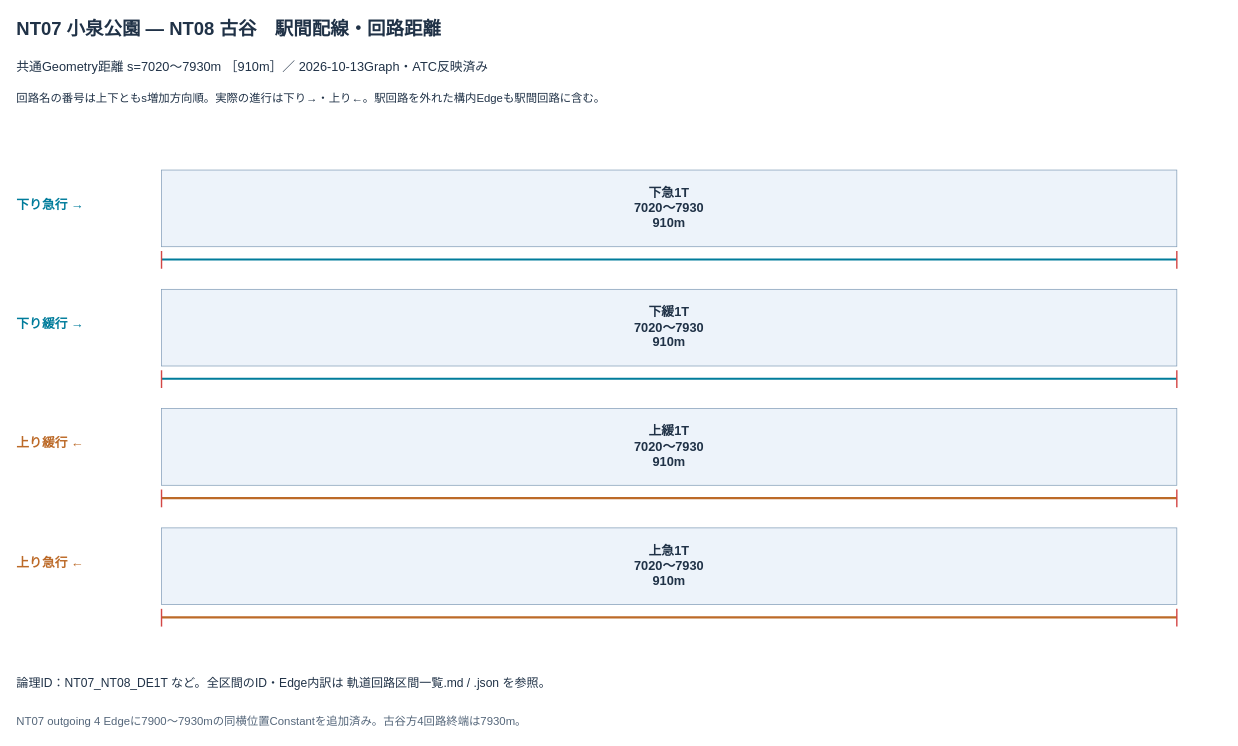
The draw.io diagram Documentation/Track/NtLine/Wiring/Sections/NT07-NT08配線図.drawio in neko3141592/Nakatetsu, before the edit. Source tidied: cells renumbered, new cells numbered last; positions are measured from the earlier drawing's top-left corner, leaving out a move shared by most shapes. Both pictures are drawn from the tidied source at 71%, with x=0, y=0 at pixel (12, 12).
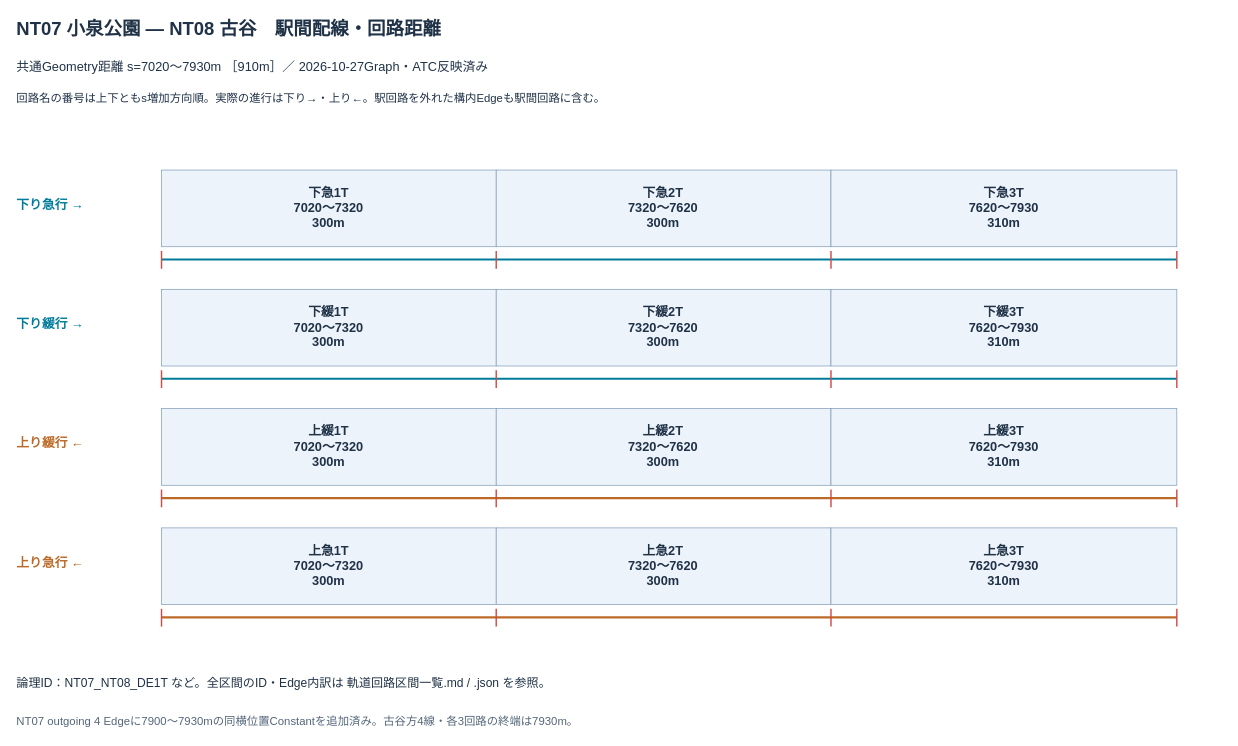
The same diagram, later.

What changed in the source:
```diff
@@
-    <mxCell id="3" value="共通Geometry距離 s=7020〜7930m ［910m］／ 2026-10-13Graph・ATC反映済み" style="rounded=0;html=0;whiteSpace=wrap;overflow=hidden;align=left;verticalAlign=middle;fontFamily=Hiragino Sans;fontColor=#203247;fontSize=18;fontStyle=0;fillColor=none;strokeColor=none;spacing=6;" parent="1" vertex="1">
+    <mxCell id="3" value="共通Geometry距離 s=7020〜7930m ［910m］／ 2026-10-27Graph・ATC反映済み" style="rounded=0;html=0;whiteSpace=wrap;overflow=hidden;align=left;verticalAlign=middle;fontFamily=Hiragino Sans;fontColor=#203247;fontSize=18;fontStyle=0;fillColor=none;strokeColor=none;spacing=6;" parent="1" vertex="1">
       <mxGeometry y="59" width="1710" height="35" as="geometry" />
     </mxCell>
@@
-    <mxCell id="7" value="下急1T&#10;7020〜7930&#10;910m" style="rounded=0;html=0;whiteSpace=wrap;overflow=hidden;align=center;verticalAlign=middle;fontFamily=Hiragino Sans;fontColor=#203247;fontSize=18;fontStyle=1;fillColor=#edf3fa;strokeColor=#7f9bb6;spacing=6;" parent="1" vertex="1">
-      <mxGeometry x="210" y="222" width="1430" height="108" as="geometry" />
-    </mxCell>
@@
-    <mxCell id="12" value="下緩1T&#10;7020〜7930&#10;910m" style="rounded=0;html=0;whiteSpace=wrap;overflow=hidden;align=center;verticalAlign=middle;fontFamily=Hiragino Sans;fontColor=#203247;fontSize=18;fontStyle=1;fillColor=#edf3fa;strokeColor=#7f9bb6;spacing=6;" parent="1" vertex="1">
-      <mxGeometry x="210" y="390" width="1430" height="108" as="geometry" />
-    </mxCell>
@@
-    <mxCell id="17" value="上緩1T&#10;7020〜7930&#10;910m" style="rounded=0;html=0;whiteSpace=wrap;overflow=hidden;align=center;verticalAlign=middle;fontFamily=Hiragino Sans;fontColor=#203247;fontSize=18;fontStyle=1;fillColor=#edf3fa;strokeColor=#7f9bb6;spacing=6;" parent="1" vertex="1">
-      <mxGeometry x="210" y="558" width="1430" height="108" as="geometry" />
-    </mxCell>
@@
-    <mxCell id="22" value="上急1T&#10;7020〜7930&#10;910m" style="rounded=0;html=0;whiteSpace=wrap;overflow=hidden;align=center;verticalAlign=middle;fontFamily=Hiragino Sans;fontColor=#203247;fontSize=18;fontStyle=1;fillColor=#edf3fa;strokeColor=#7f9bb6;spacing=6;" parent="1" vertex="1">
-      <mxGeometry x="210" y="726" width="1430" height="108" as="geometry" />
-    </mxCell>
@@
-    <mxCell id="26" value="NT07 outgoing 4 Edgeに7900〜7930mの同横位置Constantを追加済み。古谷方4回路終端は7930m。" style="rounded=0;html=0;whiteSpace=wrap;overflow=hidden;align=left;verticalAlign=middle;fontFamily=Hiragino Sans;fontColor=#54667a;fontSize=16;fontStyle=0;fillColor=none;strokeColor=none;spacing=6;" parent="1" vertex="1">
+    <mxCell id="26" value="NT07 outgoing 4 Edgeに7900〜7930mの同横位置Constantを追加済み。古谷方4線・各3回路の終端は7930m。" style="rounded=0;html=0;whiteSpace=wrap;overflow=hidden;align=left;verticalAlign=middle;fontFamily=Hiragino Sans;fontColor=#54667a;fontSize=16;fontStyle=0;fillColor=none;strokeColor=none;spacing=6;" parent="1" vertex="1">
       <mxGeometry y="980" width="1710" height="36" as="geometry" />
     </mxCell>
+    <mxCell id="27" value="下急1T&#10;7020〜7320&#10;300m" style="rounded=0;html=0;whiteSpace=wrap;overflow=hidden;align=center;verticalAlign=middle;fontFamily=Hiragino Sans;fontColor=#203247;fontSize=18;fontStyle=1;fillColor=#edf3fa;strokeColor=#7f9bb6;spacing=6;" parent="1" vertex="1">
+      <mxGeometry x="210" y="222" width="471.4" height="108" as="geometry" />
+    </mxCell>
+    <mxCell id="28" value="下急2T&#10;7320〜7620&#10;300m" style="rounded=0;html=0;whiteSpace=wrap;overflow=hidden;align=center;verticalAlign=middle;fontFamily=Hiragino Sans;fontColor=#203247;fontSize=18;fontStyle=1;fillColor=#edf3fa;strokeColor=#7f9bb6;spacing=6;" parent="1" vertex="1">
+      <mxGeometry x="681.4" y="222" width="471.4" height="108" as="geometry" />
+    </mxCell>
+    <mxCell id="29" style="edgeStyle=none;strokeColor=#d34745;strokeWidth=2;startArrow=none;endArrow=none;" parent="1" edge="1">
+      <mxGeometry relative="1" as="geometry">
+        <mxPoint x="681.4" y="336" as="sourcePoint" />
+        <mxPoint x="681.4" y="361" as="targetPoint" />
+      </mxGeometry>
+    </mxCell>
+    <mxCell id="30" value="下急3T&#10;7620〜7930&#10;310m" style="rounded=0;html=0;whiteSpace=wrap;overflow=hidden;align=center;verticalAlign=middle;fontFamily=Hiragino Sans;fontColor=#203247;fontSize=18;fontStyle=1;fillColor=#edf3fa;strokeColor=#7f9bb6;spacing=6;" parent="1" vertex="1">
+      <mxGeometry x="1152.9" y="222" width="487.1" height="108" as="geometry" />
+    </mxCell>
+    <mxCell id="31" style="edgeStyle=none;strokeColor=#d34745;strokeWidth=2;startArrow=none;endArrow=none;" parent="1" edge="1">
+      <mxGeometry relative="1" as="geometry">
+        <mxPoint x="1152.9" y="336" as="sourcePoint" />
+        <mxPoint x="1152.9" y="361" as="targetPoint" />
+      </mxGeometry>
+    </mxCell>
+    <mxCell id="32" value="下緩1T&#10;7020〜7320&#10;300m" style="rounded=0;html=0;whiteSpace=wrap;overflow=hidden;align=center;verticalAlign=middle;fontFamily=Hiragino Sans;fontColor=#203247;fontSize=18;fontStyle=1;fillColor=#edf3fa;strokeColor=#7f9bb6;spacing=6;" parent="1" vertex="1">
+      <mxGeometry x="210" y="390" width="471.4" height="108" as="geometry" />
+    </mxCell>
+    <mxCell id="33" value="下緩2T&#10;7320〜7620&#10;300m" style="rounded=0;html=0;whiteSpace=wrap;overflow=hidden;align=center;verticalAlign=middle;fontFamily=Hiragino Sans;fontColor=#203247;fontSize=18;fontStyle=1;fillColor=#edf3fa;strokeColor=#7f9bb6;spacing=6;" parent="1" vertex="1">
+      <mxGeometry x="681.4" y="390" width="471.4" height="108" as="geometry" />
+    </mxCell>
+    <mxCell id="34" style="edgeStyle=none;strokeColor=#d34745;strokeWidth=2;startArrow=none;endArrow=none;" parent="1" edge="1">
+      <mxGeometry relative="1" as="geometry">
+        <mxPoint x="681.4" y="504" as="sourcePoint" />
+        <mxPoint x="681.4" y="529" as="targetPoint" />
+      </mxGeometry>
+    </mxCell>
+    <mxCell id="35" value="下緩3T&#10;7620〜7930&#10;310m" style="rounded=0;html=0;whiteSpace=wrap;overflow=hidden;align=center;verticalAlign=middle;fontFamily=Hiragino Sans;fontColor=#203247;fontSize=18;fontStyle=1;fillColor=#edf3fa;strokeColor=#7f9bb6;spacing=6;" parent="1" vertex="1">
+      <mxGeometry x="1152.9" y="390" width="487.1" height="108" as="geometry" />
+    </mxCell>
+    <mxCell id="36" style="edgeStyle=none;strokeColor=#d34745;strokeWidth=2;startArrow=none;endArrow=none;" parent="1" edge="1">
+      <mxGeometry relative="1" as="geometry">
+        <mxPoint x="1152.9" y="504" as="sourcePoint" />
+        <mxPoint x="1152.9" y="529" as="targetPoint" />
+      </mxGeometry>
+    </mxCell>
+    <mxCell id="37" value="上緩1T&#10;7020〜7320&#10;300m" style="rounded=0;html=0;whiteSpace=wrap;overflow=hidden;align=center;verticalAlign=middle;fontFamily=Hiragino Sans;fontColor=#203247;fontSize=18;fontStyle=1;fillColor=#edf3fa;strokeColor=#7f9bb6;spacing=6;" parent="1" vertex="1">
+      <mxGeometry x="210" y="558" width="471.4" height="108" as="geometry" />
+    </mxCell>
+    <mxCell id="38" value="上緩2T&#10;7320〜7620&#10;300m" style="rounded=0;html=0;whiteSpace=wrap;overflow=hidden;align=center;verticalAlign=middle;fontFamily=Hiragino Sans;fontColor=#203247;fontSize=18;fontStyle=1;fillColor=#edf3fa;strokeColor=#7f9bb6;spacing=6;" parent="1" vertex="1">
+      <mxGeometry x="681.4" y="558" width="471.4" height="108" as="geometry" />
+    </mxCell>
+    <mxCell id="39" style="edgeStyle=none;strokeColor=#d34745;strokeWidth=2;startArrow=none;endArrow=none;" parent="1" edge="1">
+      <mxGeometry relative="1" as="geometry">
+        <mxPoint x="681.4" y="672" as="sourcePoint" />
+        <mxPoint x="681.4" y="697" as="targetPoint" />
+      </mxGeometry>
+    </mxCell>
+    <mxCell id="40" value="上緩3T&#10;7620〜7930&#10;310m" style="rounded=0;html=0;whiteSpace=wrap;overflow=hidden;align=center;verticalAlign=middle;fontFamily=Hiragino Sans;fontColor=#203247;fontSize=18;fontStyle=1;fillColor=#edf3fa;strokeColor=#7f9bb6;spacing=6;" parent="1" vertex="1">
+      <mxGeometry x="1152.9" y="558" width="487.1" height="108" as="geometry" />
+    </mxCell>
+    <mxCell id="41" style="edgeStyle=none;strokeColor=#d34745;strokeWidth=2;startArrow=none;endArrow=none;" parent="1" edge="1">
+      <mxGeometry relative="1" as="geometry">
+        <mxPoint x="1152.9" y="672" as="sourcePoint" />
+        <mxPoint x="1152.9" y="697" as="targetPoint" />
+      </mxGeometry>
+    </mxCell>
+    <mxCell id="42" value="上急1T&#10;7020〜7320&#10;300m" style="rounded=0;html=0;whiteSpace=wrap;overflow=hidden;align=center;verticalAlign=middle;fontFamily=Hiragino Sans;fontColor=#203247;fontSize=18;fontStyle=1;fillColor=#edf3fa;strokeColor=#7f9bb6;spacing=6;" parent="1" vertex="1">
+      <mxGeometry x="210" y="726" width="471.4" height="108" as="geometry" />
+    </mxCell>
+    <mxCell id="43" value="上急2T&#10;7320〜7620&#10;300m" style="rounded=0;html=0;whiteSpace=wrap;overflow=hidden;align=center;verticalAlign=middle;fontFamily=Hiragino Sans;fontColor=#203247;fontSize=18;fontStyle=1;fillColor=#edf3fa;strokeColor=#7f9bb6;spacing=6;" parent="1" vertex="1">
+      <mxGeometry x="681.4" y="726" width="471.4" height="108" as="geometry" />
+    </mxCell>
+    <mxCell id="44" style="edgeStyle=none;strokeColor=#d34745;strokeWidth=2;startArrow=none;endArrow=none;" parent="1" edge="1">
+      <mxGeometry relative="1" as="geometry">
+        <mxPoint x="681.4" y="840" as="sourcePoint" />
+        <mxPoint x="681.4" y="865" as="targetPoint" />
+      </mxGeometry>
+    </mxCell>
+    <mxCell id="45" value="上急3T&#10;7620〜7930&#10;310m" style="rounded=0;html=0;whiteSpace=wrap;overflow=hidden;align=center;verticalAlign=middle;fontFamily=Hiragino Sans;fontColor=#203247;fontSize=18;fontStyle=1;fillColor=#edf3fa;strokeColor=#7f9bb6;spacing=6;" parent="1" vertex="1">
+      <mxGeometry x="1152.9" y="726" width="487.1" height="108" as="geometry" />
+    </mxCell>
+    <mxCell id="46" style="edgeStyle=none;strokeColor=#d34745;strokeWidth=2;startArrow=none;endArrow=none;" parent="1" edge="1">
+      <mxGeometry relative="1" as="geometry">
+        <mxPoint x="1152.9" y="840" as="sourcePoint" />
+        <mxPoint x="1152.9" y="865" as="targetPoint" />
+      </mxGeometry>
+    </mxCell>
```
